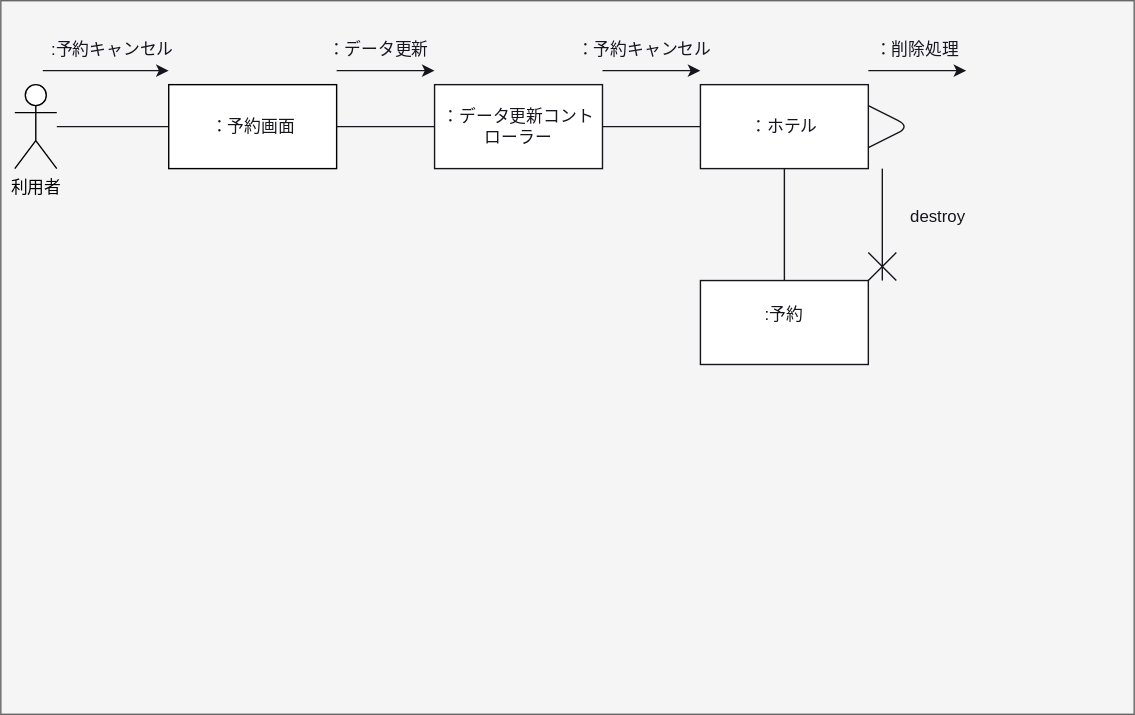
The draw.io diagram 演習5-2_CD_予約登録削除.drawio.svg in youryota/uml-introduction, before a commit. Source tidied: cells renumbered, new cells last; positions are measured from the earlier drawing's top-left corner, leaving out a move shared by most shapes.
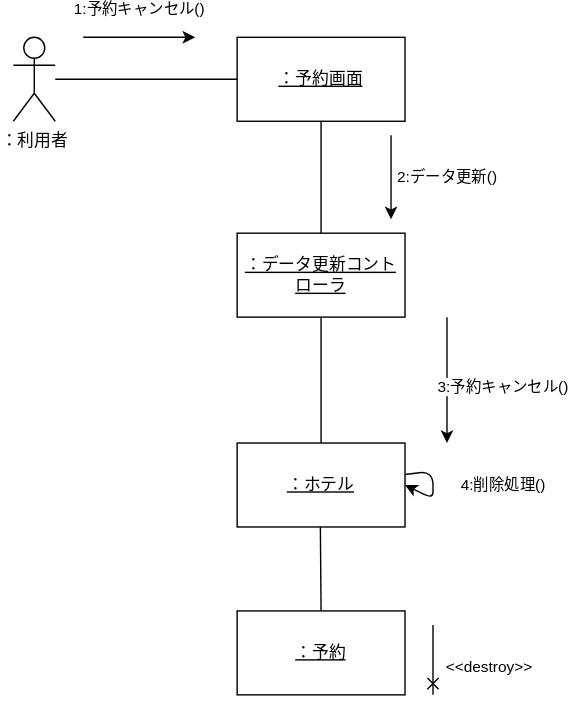
After the change.

Change to the diagram source:
```diff
@@ -2,113 +2,61 @@
   <root>
     <mxCell id="0" />
     <mxCell id="1" parent="0" />
+    <mxCell id="29" style="edgeStyle=none;html=1;endArrow=none;endFill=0;" parent="1" edge="1" source="2" target="3">
+      <mxGeometry relative="1" as="geometry" />
+    </mxCell>
-    <mxCell id="2" style="rounded=0;whiteSpace=wrap;html=1;fillColor=#f5f5f5;strokeColor=#666666;fontColor=#333333;" parent="1" vertex="1">
-      <mxGeometry width="810" height="510" as="geometry" />
+    <mxCell id="2" value="：利用者" style="shape=umlActor;verticalLabelPosition=bottom;verticalAlign=top;html=1;outlineConnect=0;" parent="1" vertex="1">
+      <mxGeometry x="30" y="50" width="30" height="60" as="geometry" />
     </mxCell>
+    <mxCell id="30" style="edgeStyle=none;html=1;endArrow=none;endFill=0;" parent="1" edge="1" source="3" target="32">
+      <mxGeometry relative="1" as="geometry" />
+    </mxCell>
-    <mxCell id="3" value="&lt;font color=&quot;#000000&quot;&gt;利用者&lt;/font&gt;" style="shape=umlActor;verticalLabelPosition=bottom;verticalAlign=top;html=1;outlineConnect=0;strokeColor=#000000;" parent="1" vertex="1">
-      <mxGeometry x="10" y="60" width="30" height="60" as="geometry" />
+    <mxCell id="3" value="&lt;u&gt;：予約画面&lt;/u&gt;" style="rounded=0;whiteSpace=wrap;html=1;" parent="1" vertex="1">
+      <mxGeometry x="190" y="50" width="120" height="60" as="geometry" />
     </mxCell>
-    <mxCell id="4" style="edgeStyle=none;html=1;fontColor=#000000;labelBackgroundColor=#18141D;strokeColor=#18141D;startArrow=none;startFill=0;endArrow=none;endFill=0;" parent="1" edge="1" source="5" target="3">
-      <mxGeometry relative="1" as="geometry" />
-    </mxCell>
+    <mxCell id="31" value="1:予約キャンセル()" style="endArrow=classic;html=1;" parent="1" edge="1">
+      <mxGeometry y="20" relative="1" as="geometry">
+        <mxPoint x="80" y="50" as="sourcePoint" />
+        <mxPoint x="160" y="50" as="targetPoint" />
+      </mxGeometry>
+    </mxCell>
+    <mxCell id="32" value="&lt;u&gt;：データ更新コントローラ&lt;/u&gt;" style="whiteSpace=wrap;html=1;rounded=0;" parent="1" vertex="1">
+      <mxGeometry x="190" y="190" width="120" height="60" as="geometry" />
+    </mxCell>
+    <mxCell id="33" value="2:データ更新()" style="endArrow=classic;html=1;" parent="1" edge="1">
+      <mxGeometry y="40" relative="1" as="geometry">
+        <mxPoint x="300" y="120" as="sourcePoint" />
+        <mxPoint x="300" y="180" as="targetPoint" />
+      </mxGeometry>
+    </mxCell>
-    <mxCell id="5" style="rounded=0;whiteSpace=wrap;html=1;strokeColor=#000000;fontColor=#000000;fillColor=#FFFFFF;" parent="1" vertex="1">
-      <mxGeometry x="120" y="60" width="120" height="60" as="geometry" />
+    <mxCell id="5" value="&lt;u&gt;：予約&lt;/u&gt;" style="whiteSpace=wrap;html=1;rounded=0;" parent="1" vertex="1">
+      <mxGeometry x="190" y="460" width="120" height="60" as="geometry" />
     </mxCell>
-    <mxCell id="6" value="&lt;font color=&quot;#18141d&quot;&gt;:予約キャンセル&lt;br&gt;&lt;/font&gt;" style="text;html=1;strokeColor=none;fillColor=none;align=center;verticalAlign=middle;whiteSpace=wrap;rounded=0;" parent="1" vertex="1">
-      <mxGeometry x="20" y="30" width="120" height="10" as="geometry" />
-    </mxCell>
+    <mxCell id="21" value="&lt;u&gt;：ホテル&lt;/u&gt;" style="whiteSpace=wrap;html=1;rounded=0;" parent="1" vertex="1">
+      <mxGeometry x="190" y="340" width="120" height="60" as="geometry" />
+    </mxCell>
+    <mxCell id="34" value="3:予約キャンセル()" style="endArrow=classic;html=1;" parent="1" edge="1">
+      <mxGeometry x="0.11" y="40" relative="1" as="geometry">
+        <mxPoint x="340" y="250" as="sourcePoint" />
+        <mxPoint x="340" y="340" as="targetPoint" />
+      </mxGeometry>
+    </mxCell>
+    <mxCell id="8" value="&amp;lt;&amp;lt;destroy&amp;gt;&amp;gt;" style="endArrow=none;html=1;endFill=0;startArrow=cross;startFill=0;" parent="1" edge="1">
+      <mxGeometry x="-0.2" y="-40" relative="1" as="geometry">
+        <mxPoint x="330" y="520" as="sourcePoint" />
+        <mxPoint x="330" y="470" as="targetPoint" />
+      </mxGeometry>
+    </mxCell>
+    <mxCell id="35" style="edgeStyle=none;html=1;endArrow=none;endFill=0;exitX=0.5;exitY=1;exitDx=0;exitDy=0;" parent="1" edge="1" source="32" target="21">
+      <mxGeometry relative="1" as="geometry" />
+    </mxCell>
-    <mxCell id="7" style="edgeStyle=none;html=1;strokeColor=#18141D;fontColor=#18141D;startArrow=none;startFill=0;endArrow=none;endFill=0;exitX=1;exitY=0.5;exitDx=0;exitDy=0;" parent="1" edge="1" source="5" target="9">
-      <mxGeometry relative="1" as="geometry" />
+    <mxCell id="7" value="4:削除処理()" style="edgeStyle=none;html=1;entryX=1;entryY=0.5;entryDx=0;entryDy=0;endArrow=classic;endFill=1;" parent="1" edge="1" source="21" target="21">
+      <mxGeometry x="-0.04" y="50" relative="1" as="geometry" />
     </mxCell>
-    <mxCell id="8" value="：予約画面" style="text;html=1;strokeColor=none;fillColor=none;align=center;verticalAlign=middle;whiteSpace=wrap;rounded=0;fontColor=#18141D;" parent="1" vertex="1">
-      <mxGeometry x="137.5" y="75" width="85" height="30" as="geometry" />
-    </mxCell>
-    <mxCell id="9" style="rounded=0;whiteSpace=wrap;html=1;fontColor=#18141D;fillColor=#FFFFFF;strokeColor=#18141D;" parent="1" vertex="1">
-      <mxGeometry x="310" y="60" width="120" height="60" as="geometry" />
-    </mxCell>
-    <mxCell id="10" style="endArrow=classic;html=1;strokeColor=#18141D;fontColor=#18141D;" parent="1" edge="1">
-      <mxGeometry relative="1" as="geometry">
-        <mxPoint x="240" y="50" as="sourcePoint" />
-        <mxPoint x="310" y="50" as="targetPoint" />
-      </mxGeometry>
-    </mxCell>
-    <mxCell id="11" style="endArrow=classic;html=1;strokeColor=#18141D;fontColor=#18141D;" parent="1" edge="1">
-      <mxGeometry relative="1" as="geometry">
-        <mxPoint x="30" y="50" as="sourcePoint" />
-        <mxPoint x="120" y="50" as="targetPoint" />
-      </mxGeometry>
-    </mxCell>
-    <mxCell id="12" value="：データ更新" style="text;html=1;strokeColor=none;fillColor=none;align=center;verticalAlign=middle;whiteSpace=wrap;rounded=0;fontColor=#18141D;" parent="1" vertex="1">
-      <mxGeometry x="230" y="20" width="80" height="30" as="geometry" />
-    </mxCell>
-    <mxCell id="13" style="edgeStyle=none;html=1;strokeColor=#18141D;fontColor=#18141D;startArrow=none;startFill=0;endArrow=none;endFill=0;" parent="1" edge="1" source="14" target="9">
-      <mxGeometry relative="1" as="geometry" />
-    </mxCell>
-    <mxCell id="14" style="rounded=0;whiteSpace=wrap;html=1;strokeColor=#18141D;fontColor=#18141D;fillColor=#FFFFFF;" parent="1" vertex="1">
-      <mxGeometry x="500" y="60" width="120" height="60" as="geometry" />
-    </mxCell>
-    <mxCell id="15" style="endArrow=classic;html=1;strokeColor=#18141D;fontColor=#18141D;" parent="1" edge="1">
-      <mxGeometry relative="1" as="geometry">
-        <mxPoint x="430" y="50" as="sourcePoint" />
-        <mxPoint x="500" y="50" as="targetPoint" />
-      </mxGeometry>
-    </mxCell>
-    <mxCell id="16" value="：データ更新コントローラー" style="text;html=1;strokeColor=none;fillColor=none;align=center;verticalAlign=middle;whiteSpace=wrap;rounded=0;fontColor=#18141D;" parent="1" vertex="1">
-      <mxGeometry x="315" y="75" width="110" height="30" as="geometry" />
-    </mxCell>
-    <mxCell id="17" value="：予約キャンセル" style="text;html=1;strokeColor=none;fillColor=none;align=center;verticalAlign=middle;whiteSpace=wrap;rounded=0;fontColor=#18141D;" parent="1" vertex="1">
-      <mxGeometry x="410" y="20" width="100" height="30" as="geometry" />
-    </mxCell>
-    <mxCell id="18" style="endArrow=none;html=1;strokeColor=#18141D;fontColor=#18141D;entryX=1;entryY=0.25;entryDx=0;entryDy=0;exitX=1;exitY=0.75;exitDx=0;exitDy=0;" parent="1" edge="1" source="14" target="14">
-      <mxGeometry relative="1" as="geometry">
-        <Array as="points">
-          <mxPoint x="650" y="90" />
-        </Array>
-      </mxGeometry>
-    </mxCell>
-    <mxCell id="19" style="endArrow=classic;html=1;strokeColor=#18141D;fontColor=#18141D;" parent="1" edge="1">
-      <mxGeometry relative="1" as="geometry">
-        <mxPoint x="620" y="50" as="sourcePoint" />
-        <mxPoint x="690" y="50" as="targetPoint" />
-      </mxGeometry>
-    </mxCell>
-    <mxCell id="20" value="：削除処理" style="text;html=1;strokeColor=none;fillColor=none;align=center;verticalAlign=middle;whiteSpace=wrap;rounded=0;fontColor=#18141D;" parent="1" vertex="1">
-      <mxGeometry x="620" y="20" width="70" height="30" as="geometry" />
-    </mxCell>
-    <mxCell id="21" value="：ホテル" style="text;html=1;strokeColor=none;fillColor=none;align=center;verticalAlign=middle;whiteSpace=wrap;rounded=0;fontColor=#18141D;" parent="1" vertex="1">
-      <mxGeometry x="530" y="75" width="60" height="30" as="geometry" />
-    </mxCell>
-    <mxCell id="22" style="edgeStyle=none;html=1;strokeColor=#18141D;fontColor=#18141D;startArrow=none;startFill=0;endArrow=none;endFill=0;" parent="1" edge="1" source="23">
-      <mxGeometry relative="1" as="geometry">
-        <mxPoint x="560" y="120" as="targetPoint" />
-      </mxGeometry>
-    </mxCell>
-    <mxCell id="23" style="rounded=0;whiteSpace=wrap;html=1;strokeColor=#18141D;fontColor=#18141D;fillColor=#FFFFFF;" parent="1" vertex="1">
-      <mxGeometry x="500" y="200" width="120" height="60" as="geometry" />
-    </mxCell>
-    <mxCell id="24" style="endArrow=none;html=1;strokeColor=#18141D;fontColor=#18141D;startArrow=none;startFill=0;endFill=0;" parent="1" edge="1">
-      <mxGeometry relative="1" as="geometry">
-        <mxPoint x="630" y="200" as="sourcePoint" />
-        <mxPoint x="630" y="120" as="targetPoint" />
-      </mxGeometry>
-    </mxCell>
-    <mxCell id="25" style="endArrow=none;html=1;strokeColor=#18141D;fontColor=#18141D;" parent="1" edge="1">
-      <mxGeometry relative="1" as="geometry">
-        <mxPoint x="620" y="200" as="sourcePoint" />
-        <mxPoint x="640" y="180" as="targetPoint" />
-      </mxGeometry>
-    </mxCell>
-    <mxCell id="26" style="endArrow=none;html=1;strokeColor=#18141D;fontColor=#18141D;" parent="1" edge="1">
-      <mxGeometry relative="1" as="geometry">
-        <mxPoint x="620" y="180" as="sourcePoint" />
-        <mxPoint x="640" y="200" as="targetPoint" />
-      </mxGeometry>
-    </mxCell>
-    <mxCell id="27" value="destroy" style="text;html=1;strokeColor=none;fillColor=none;align=center;verticalAlign=middle;whiteSpace=wrap;rounded=0;fontColor=#18141D;" parent="1" vertex="1">
-      <mxGeometry x="640" y="140" width="60" height="30" as="geometry" />
-    </mxCell>
-    <mxCell id="28" value=":予約" style="text;html=1;strokeColor=none;fillColor=none;align=center;verticalAlign=middle;whiteSpace=wrap;rounded=0;fontColor=#18141D;" parent="1" vertex="1">
-      <mxGeometry x="530" y="210" width="60" height="30" as="geometry" />
-    </mxCell>
+    <mxCell id="36" style="edgeStyle=none;html=1;endArrow=none;endFill=0;exitX=0.5;exitY=1;exitDx=0;exitDy=0;entryX=0.5;entryY=0;entryDx=0;entryDy=0;" parent="1" edge="1" target="5">
+      <mxGeometry relative="1" as="geometry">
+        <mxPoint x="249.5" y="400" as="sourcePoint" />
+      </mxGeometry>
+    </mxCell>
   </root>
 </mxGraphModel>
```
